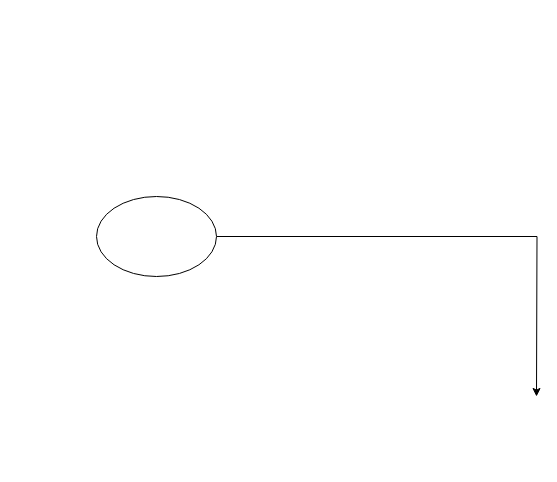
Cheney29/javapass keeps this draw.io diagram as 未命名绘图.drawio. Above is the earlier version. Source tidied: cells renumbered, new cells numbered last; positions are measured from the earlier drawing's top-left corner, leaving out a move shared by most shapes. Both pictures are drawn from the tidied source at 100%, with x=0, y=0 at pixel (96, 196).
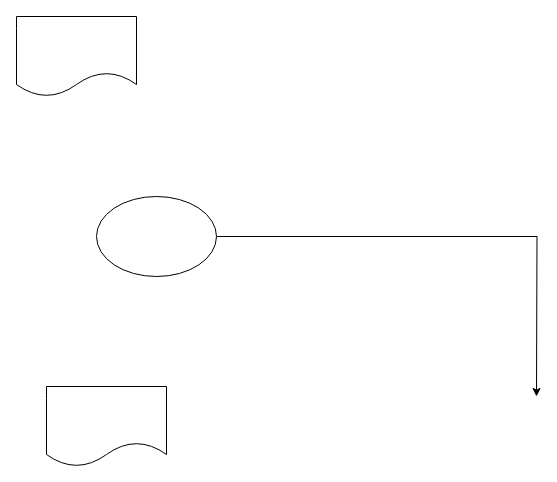
After the change.

Commit message (it also covers changes not shown here):
更新未命名绘图.drawio

The edit, as a diff of the source:
```diff
@@
 <mxGraphModel>
   <root>
     <mxCell id="0" />
     <mxCell id="1" parent="0" />
     <mxCell id="2" style="edgeStyle=orthogonalEdgeStyle;rounded=0;jettySize=auto;html=1;exitX=1;exitY=0.5;exitDx=0;exitDy=0;" parent="1" edge="1" source="3">
       <mxGeometry relative="1" as="geometry">
         <mxPoint x="440" y="200" as="targetPoint" />
       </mxGeometry>
     </mxCell>
     <mxCell id="3" style="ellipse;whiteSpace=wrap;html=1;" parent="1" vertex="1">
       <mxGeometry width="120" height="80" as="geometry" />
     </mxCell>
+    <mxCell id="4" style="shape=document;whiteSpace=wrap;html=1;boundedLbl=1;" parent="1" vertex="1">
+      <mxGeometry x="-50" y="190" width="120" height="80" as="geometry" />
+    </mxCell>
+    <mxCell id="5" style="shape=document;whiteSpace=wrap;html=1;boundedLbl=1;" parent="1" vertex="1">
+      <mxGeometry x="-80" y="-180" width="120" height="80" as="geometry" />
+    </mxCell>
   </root>
 </mxGraphModel>
```
